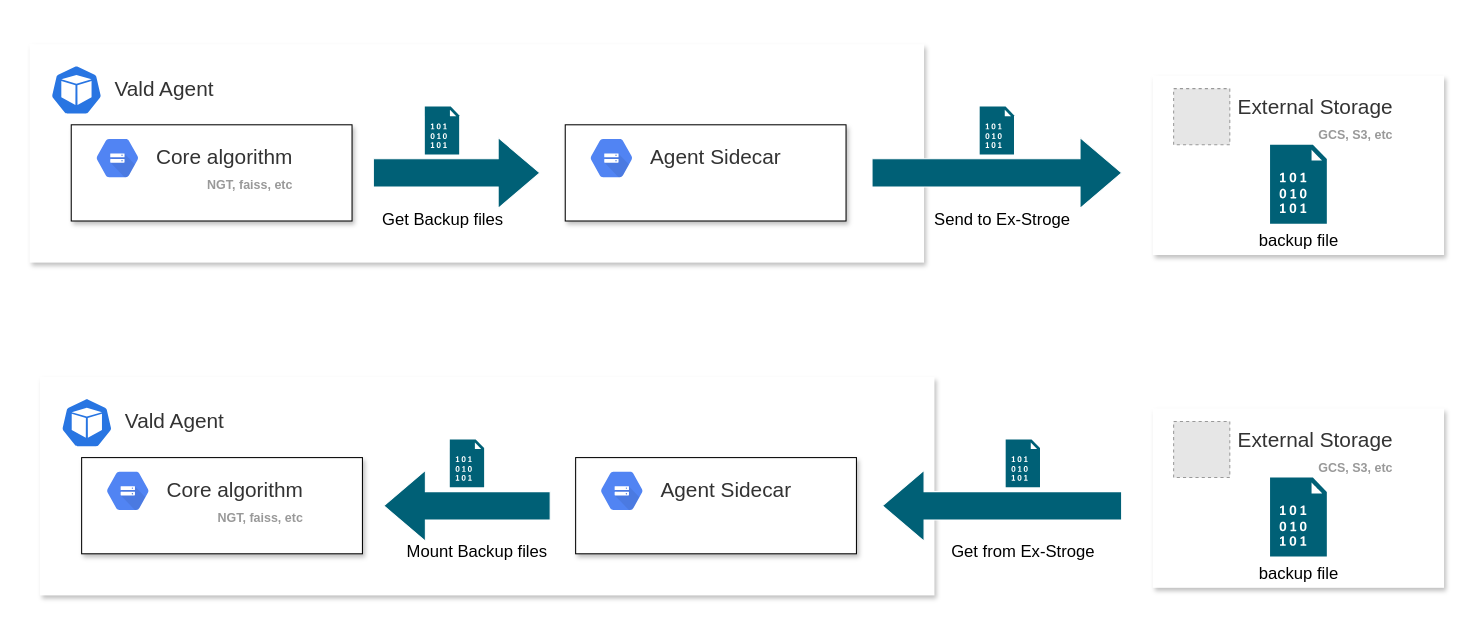
This is page "sidecar" (2 of 2) of assets/docs/overview/component/agent/agent.drawio from vdaas/vald, a draw.io file, before an edit. Source tidied: cells renumbered, new cells numbered last; positions are measured from the earlier drawing's top-left corner, leaving out a move shared by most shapes. Both pictures are drawn from the tidied source at 104%, with x=0, y=0 at pixel (29, 44). Pictures stored in the file or linked from it are replaced by grey dashed boxes.
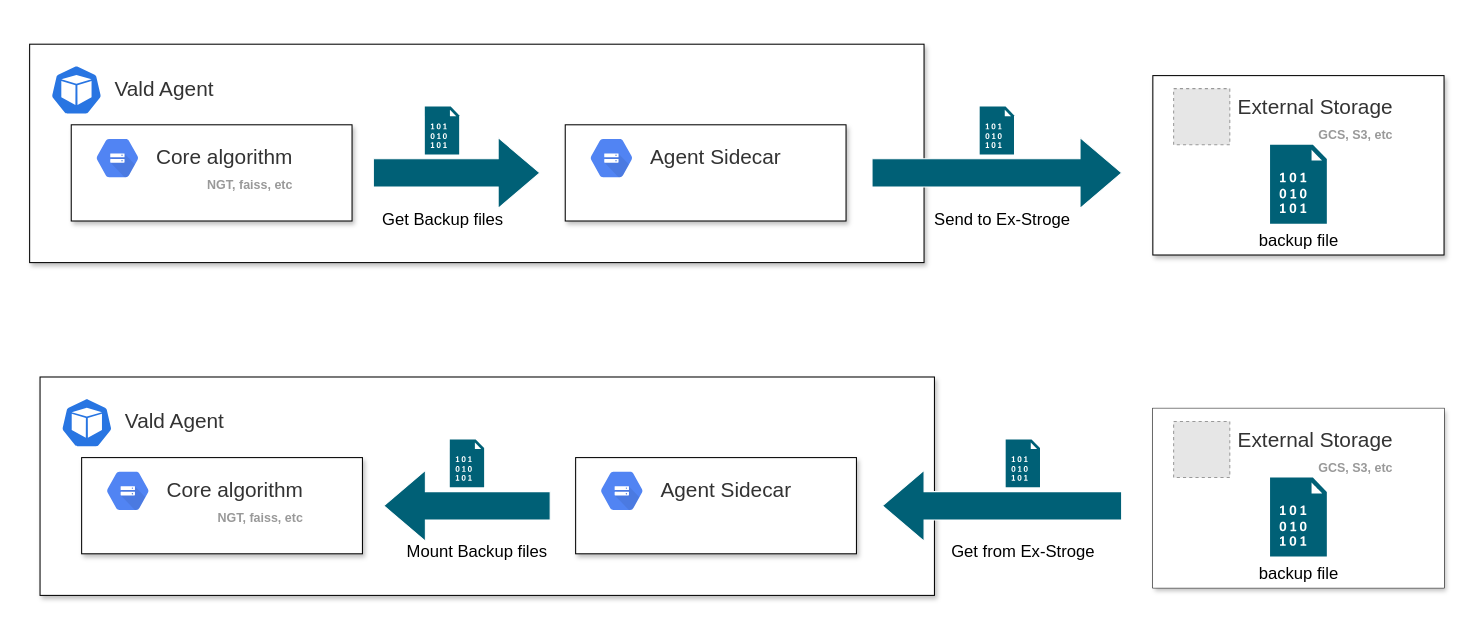
After the change.

What changed in the source:
```diff
@@
-    <mxCell id="2" value="&lt;blockquote style=&quot;margin: 0px 0px 0px 40px ; border: none ; padding: 0px ; font-size: 20px&quot;&gt;&lt;blockquote style=&quot;margin: 0px 0px 0px 40px ; border: none ; padding: 0px ; font-size: 20px&quot;&gt;&lt;span style=&quot;color: rgb(51 , 51 , 51)&quot;&gt;&lt;br&gt;Vald Agent&lt;/span&gt;&lt;br&gt;&lt;/blockquote&gt;&lt;/blockquote&gt;" style="rounded=0;whiteSpace=wrap;html=1;shadow=1;glass=0;comic=0;strokeWidth=1;fontSize=20;fontColor=#000000;align=left;labelBackgroundColor=none;strokeColor=none;fillColor=#ffffff;verticalAlign=top;" parent="1" vertex="1">
-      <mxGeometry width="860" height="210" as="geometry" />
-    </mxCell>
-    <mxCell id="3" value="Send to Ex-Stroge" style="text;html=1;align=center;verticalAlign=middle;strokeColor=none;fillColor=none;fontSize=16;shadow=0;" parent="1" vertex="1">
-      <mxGeometry x="860" y="157.8" width="150" height="20" as="geometry" />
-    </mxCell>
-    <mxCell id="4" style="sketch=0;html=1;dashed=0;whitespace=wrap;fillColor=#2875E2;strokeColor=#ffffff;shape=mxgraph.kubernetes.icon;prIcon=pod;fontSize=16;" parent="1" vertex="1">
-      <mxGeometry x="20" y="20" width="50" height="48" as="geometry" />
-    </mxCell>
+    <mxCell id="38" style="rounded=0;whiteSpace=wrap;html=1;strokeColor=none;" parent="1" vertex="1">
+      <mxGeometry x="-11.5" y="-25" width="1391.5" height="260" as="geometry" />
+    </mxCell>
     <mxCell id="5" style="group;" parent="1" vertex="1">
-      <mxGeometry x="1080" y="30.2" width="280" height="172.5" as="geometry" />
+      <mxGeometry x="1080" y="30.2" width="301.5" height="234.5" as="geometry" />
     </mxCell>
-    <mxCell id="6" value="&lt;blockquote style=&quot;margin: 0px 0px 0px 40px ; border: none ; padding: 0px&quot;&gt;&lt;blockquote style=&quot;font-size: 10px ; margin: 0px 0px 0px 40px ; border: none ; padding: 0px&quot;&gt;&lt;span style=&quot;color: rgb(51 , 51 , 51)&quot;&gt;&lt;br&gt;&lt;/span&gt;&lt;/blockquote&gt;&lt;blockquote style=&quot;margin: 0px 0px 0px 40px ; border: none ; padding: 0px&quot;&gt;&lt;span style=&quot;font-size: 20px ; color: rgb(51 , 51 , 51)&quot;&gt;External Storage&lt;br&gt;&lt;div style=&quot;text-align: right&quot;&gt;&lt;b style=&quot;font-size: 12px ; color: rgb(153 , 153 , 153)&quot;&gt;GCS, S3, etc&lt;/b&gt;&lt;/div&gt;&lt;/span&gt;&lt;/blockquote&gt;&lt;/blockquote&gt;" style="rounded=0;whiteSpace=wrap;html=1;shadow=1;glass=0;comic=0;strokeWidth=1;fontSize=20;fontColor=#000000;align=left;labelBackgroundColor=none;strokeColor=none;fillColor=default;verticalAlign=top;gradientColor=none;" parent="5" vertex="1">
+    <mxCell id="6" value="&lt;blockquote style=&quot;margin: 0px 0px 0px 40px ; border: none ; padding: 0px&quot;&gt;&lt;blockquote style=&quot;font-size: 10px ; margin: 0px 0px 0px 40px ; border: none ; padding: 0px&quot;&gt;&lt;span style=&quot;color: rgb(51 , 51 , 51)&quot;&gt;&lt;br&gt;&lt;/span&gt;&lt;/blockquote&gt;&lt;blockquote style=&quot;margin: 0px 0px 0px 40px ; border: none ; padding: 0px&quot;&gt;&lt;span style=&quot;font-size: 20px ; color: rgb(51 , 51 , 51)&quot;&gt;External Storage&lt;br&gt;&lt;div style=&quot;text-align: right&quot;&gt;&lt;b style=&quot;font-size: 12px ; color: rgb(153 , 153 , 153)&quot;&gt;GCS, S3, etc&lt;/b&gt;&lt;/div&gt;&lt;/span&gt;&lt;/blockquote&gt;&lt;/blockquote&gt;" style="rounded=0;whiteSpace=wrap;html=1;shadow=1;glass=0;comic=0;strokeWidth=1;fontSize=20;fontColor=#000000;align=left;labelBackgroundColor=none;strokeColor=default;fillColor=default;verticalAlign=top;gradientColor=none;" parent="5" vertex="1">
       <mxGeometry width="280" height="172.5" as="geometry" />
     </mxCell>
@@
+    <mxCell id="39" style="rounded=0;whiteSpace=wrap;html=1;strokeColor=none;" parent="1" vertex="1">
+      <mxGeometry x="-11.5" y="290" width="1391.5" height="260" as="geometry" />
+    </mxCell>
+    <mxCell id="2" value="&lt;blockquote style=&quot;margin: 0px 0px 0px 40px ; border: none ; padding: 0px ; font-size: 20px&quot;&gt;&lt;blockquote style=&quot;margin: 0px 0px 0px 40px ; border: none ; padding: 0px ; font-size: 20px&quot;&gt;&lt;span style=&quot;color: rgb(51 , 51 , 51)&quot;&gt;&lt;br&gt;Vald Agent&lt;/span&gt;&lt;br&gt;&lt;/blockquote&gt;&lt;/blockquote&gt;" style="rounded=0;whiteSpace=wrap;html=1;shadow=1;glass=0;comic=0;strokeWidth=1;fontSize=20;fontColor=#000000;align=left;labelBackgroundColor=none;strokeColor=default;fillColor=#ffffff;verticalAlign=top;" parent="1" vertex="1">
+      <mxGeometry width="860" height="210" as="geometry" />
+    </mxCell>
+    <mxCell id="3" value="Send to Ex-Stroge" style="text;html=1;align=center;verticalAlign=middle;strokeColor=none;fillColor=none;fontSize=16;shadow=0;" parent="1" vertex="1">
+      <mxGeometry x="860" y="157.8" width="150" height="20" as="geometry" />
+    </mxCell>
+    <mxCell id="4" style="sketch=0;html=1;dashed=0;whitespace=wrap;fillColor=#2875E2;strokeColor=#ffffff;shape=mxgraph.kubernetes.icon;prIcon=pod;fontSize=16;" parent="1" vertex="1">
+      <mxGeometry x="20" y="20" width="50" height="48" as="geometry" />
+    </mxCell>
@@
-    <mxCell id="20" value="&lt;blockquote style=&quot;margin: 0px 0px 0px 40px ; border: none ; padding: 0px ; font-size: 20px&quot;&gt;&lt;blockquote style=&quot;margin: 0px 0px 0px 40px ; border: none ; padding: 0px ; font-size: 20px&quot;&gt;&lt;span style=&quot;color: rgb(51 , 51 , 51)&quot;&gt;&lt;br&gt;Vald Agent&lt;/span&gt;&lt;br&gt;&lt;/blockquote&gt;&lt;/blockquote&gt;" style="rounded=0;whiteSpace=wrap;html=1;shadow=1;glass=0;comic=0;strokeWidth=1;fontSize=20;fontColor=#000000;align=left;labelBackgroundColor=none;strokeColor=none;fillColor=#ffffff;verticalAlign=top;" parent="1" vertex="1">
+    <mxCell id="20" value="&lt;blockquote style=&quot;margin: 0px 0px 0px 40px ; border: none ; padding: 0px ; font-size: 20px&quot;&gt;&lt;blockquote style=&quot;margin: 0px 0px 0px 40px ; border: none ; padding: 0px ; font-size: 20px&quot;&gt;&lt;span style=&quot;color: rgb(51 , 51 , 51)&quot;&gt;&lt;br&gt;Vald Agent&lt;/span&gt;&lt;br&gt;&lt;/blockquote&gt;&lt;/blockquote&gt;" style="rounded=0;whiteSpace=wrap;html=1;shadow=1;glass=0;comic=0;strokeWidth=1;fontSize=20;fontColor=#000000;align=left;labelBackgroundColor=none;strokeColor=default;fillColor=#ffffff;verticalAlign=top;" parent="1" vertex="1">
       <mxGeometry x="10" y="320" width="860" height="210" as="geometry" />
     </mxCell>
@@
-    <mxCell id="23" style="group;" parent="1" vertex="1">
+    <mxCell id="23" style="group;strokeColor=default;" parent="1" vertex="1">
       <mxGeometry x="1080" y="350.2" width="280" height="172.5" as="geometry" />
     </mxCell>
```
